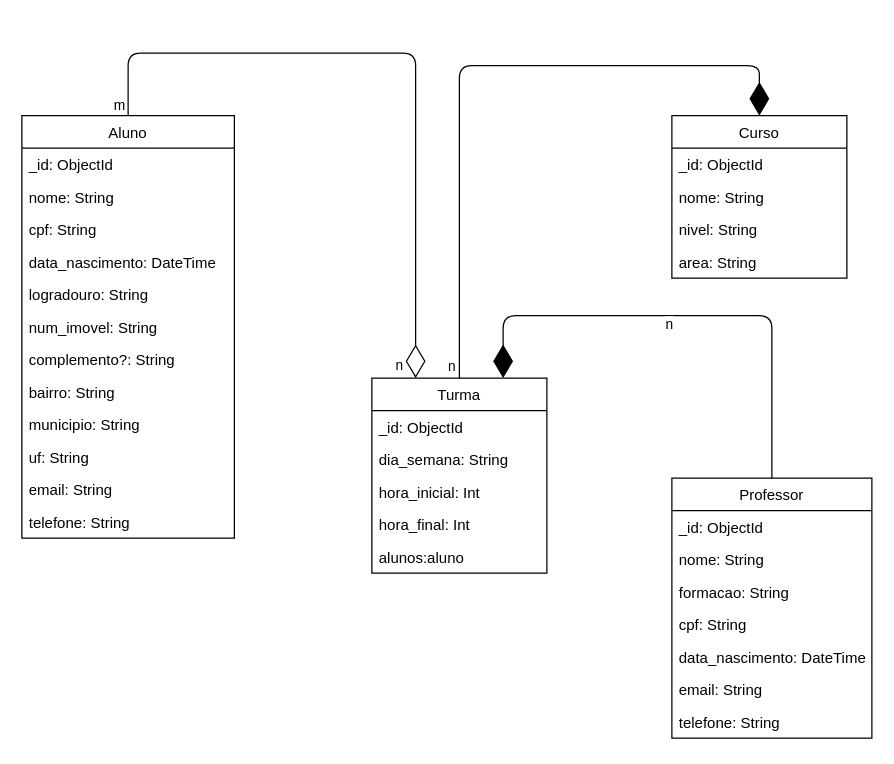
Earlier version of the draw.io diagram docs-data-base/modelagem-bd.drawio (CaykMagnani/bn-not-2023-2). Source tidied: cells renumbered, new cells numbered last; positions are measured from the earlier drawing's top-left corner, leaving out a move shared by most shapes. Both pictures are drawn from the tidied source at 125%, with x=0, y=0 at pixel (21, 52).
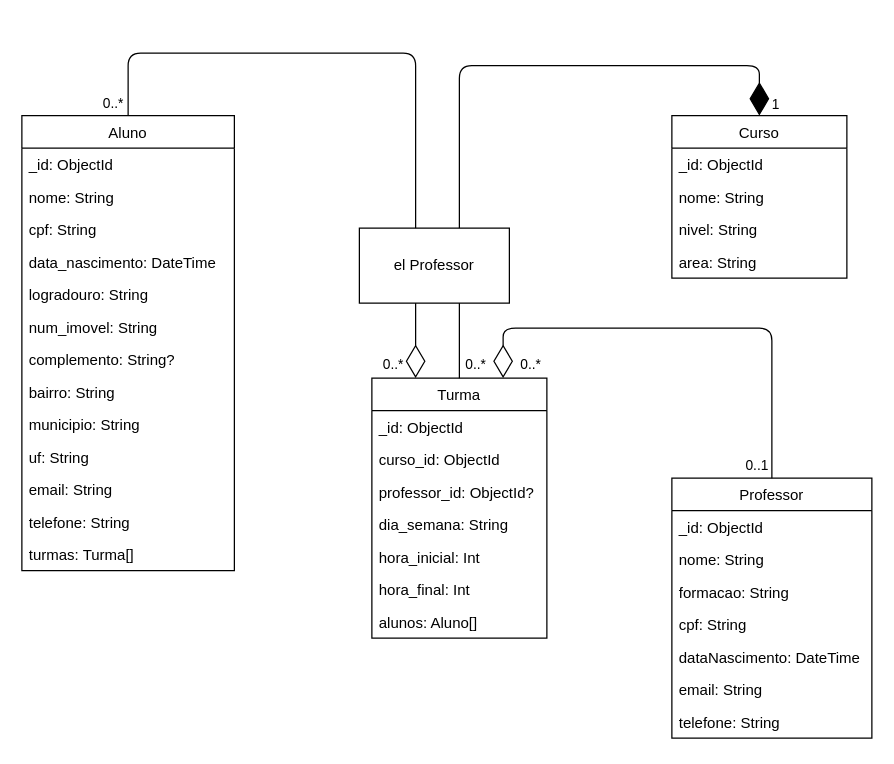
The same page after the edit.

Commit message (it also covers changes not shown here):
Prisma Cliente, schema Prisma e Introdução aos constrollers

The change refers to these unchanged cells:
```xml
<mxCell id="26" value="Professor" style="swimlane;fontStyle=0;horizontal=1;startSize=26;fillColor=none;" parent="1" vertex="1">
  <mxGeometry x="520" y="340" width="160" height="208" as="geometry" />
</mxCell>
<mxCell id="36" style="endArrow=diamondThin;endFill=1;endSize=24;html=1;entryX=0.5;entryY=0;entryDx=0;entryDy=0;edgeStyle=orthogonalEdgeStyle;exitX=0.5;exitY=0;exitDx=0;exitDy=0;" parent="1" edge="1" source="20" target="15">
  <mxGeometry relative="1" as="geometry">
    <Array as="points">
      <mxPoint x="350" y="10" />
      <mxPoint x="590" y="10" />
    </Array>
  </mxGeometry>
</mxCell>
<mxCell id="38" style="endArrow=diamondThin;endFill=0;endSize=24;html=1;entryX=0.25;entryY=0;entryDx=0;entryDy=0;edgeStyle=orthogonalEdgeStyle;exitX=0.5;exitY=0;exitDx=0;exitDy=0;" parent="1" edge="1" source="2" target="20">
  <mxGeometry relative="1" as="geometry">
    <Array as="points">
      <mxPoint x="85" />
      <mxPoint x="315" />
    </Array>
  </mxGeometry>
</mxCell>
```

What changed in the source:
```diff
@@
     <mxCell id="2" value="Aluno" style="swimlane;fontStyle=0;horizontal=1;startSize=26;fillColor=none;" parent="1" vertex="1">
-      <mxGeometry y="50" width="170" height="338" as="geometry" />
+      <mxGeometry y="50" width="170" height="364" as="geometry" />
     </mxCell>
@@
-    <mxCell id="9" value="complemento?: String" style="text;strokeColor=none;fillColor=none;align=left;verticalAlign=top;spacingLeft=4;spacingRight=4;overflow=hidden;" parent="2" vertex="1">
+    <mxCell id="9" value="complemento: String?&#10;" style="text;strokeColor=none;fillColor=none;align=left;verticalAlign=top;spacingLeft=4;spacingRight=4;overflow=hidden;" parent="2" vertex="1">
       <mxGeometry y="182" width="170" height="26" as="geometry" />
     </mxCell>
@@
+    <mxCell id="41" value="telefone: String" style="text;strokeColor=none;fillColor=none;align=left;verticalAlign=top;spacingLeft=4;spacingRight=4;overflow=hidden;" parent="2" vertex="1">
+      <mxGeometry y="312" width="170" height="26" as="geometry" />
+    </mxCell>
-    <mxCell id="14" value="telefone: String" style="text;strokeColor=none;fillColor=none;align=left;verticalAlign=top;spacingLeft=4;spacingRight=4;overflow=hidden;" parent="2" vertex="1">
-      <mxGeometry y="312" width="170" height="26" as="geometry" />
+    <mxCell id="14" value="turmas: Turma[]" style="text;strokeColor=none;fillColor=none;align=left;verticalAlign=top;spacingLeft=4;spacingRight=4;overflow=hidden;" parent="2" vertex="1">
+      <mxGeometry y="338" width="170" height="26" as="geometry" />
     </mxCell>
@@
     <mxCell id="20" value="Turma" style="swimlane;fontStyle=0;horizontal=1;startSize=26;fillColor=none;" parent="1" vertex="1">
-      <mxGeometry x="280" y="260" width="140" height="156" as="geometry" />
+      <mxGeometry x="280" y="260" width="140" height="208" as="geometry" />
     </mxCell>
@@
+    <mxCell id="42" value="curso_id: ObjectId" style="text;strokeColor=none;fillColor=none;align=left;verticalAlign=top;spacingLeft=4;spacingRight=4;overflow=hidden;" parent="20" vertex="1">
+      <mxGeometry y="52" width="140" height="26" as="geometry" />
+    </mxCell>
+    <mxCell id="43" value="professor_id: ObjectId?" style="text;strokeColor=none;fillColor=none;align=left;verticalAlign=top;spacingLeft=4;spacingRight=4;overflow=hidden;" parent="20" vertex="1">
+      <mxGeometry y="78" width="140" height="26" as="geometry" />
+    </mxCell>
     <mxCell id="22" value="dia_semana: String" style="text;strokeColor=none;fillColor=none;align=left;verticalAlign=top;spacingLeft=4;spacingRight=4;overflow=hidden;" parent="20" vertex="1">
-      <mxGeometry y="52" width="140" height="26" as="geometry" />
+      <mxGeometry y="104" width="140" height="26" as="geometry" />
     </mxCell>
     <mxCell id="23" value="hora_inicial: Int" style="text;strokeColor=none;fillColor=none;align=left;verticalAlign=top;spacingLeft=4;spacingRight=4;overflow=hidden;" parent="20" vertex="1">
-      <mxGeometry y="78" width="140" height="26" as="geometry" />
+      <mxGeometry y="130" width="140" height="26" as="geometry" />
     </mxCell>
-    <mxCell id="24" value="hora_final: Int" style="text;strokeColor=none;fillColor=none;align=left;verticalAlign=top;spacingLeft=4;spacingRight=4;overflow=hidden;" parent="20" vertex="1">
-      <mxGeometry y="104" width="140" height="26" as="geometry" />
-    </mxCell>
-    <mxCell id="25" value="alunos:aluno" style="text;strokeColor=none;fillColor=none;align=left;verticalAlign=top;spacingLeft=4;spacingRight=4;overflow=hidden;" parent="20" vertex="1">
-      <mxGeometry y="130" width="140" height="26" as="geometry" />
+    <mxCell id="25" value="hora_final: Int" style="text;strokeColor=none;fillColor=none;align=left;verticalAlign=top;spacingLeft=4;spacingRight=4;overflow=hidden;" parent="20" vertex="1">
+      <mxGeometry y="156" width="140" height="26" as="geometry" />
     </mxCell>
+    <mxCell id="44" value="alunos: Aluno[]" style="text;strokeColor=none;fillColor=none;align=left;verticalAlign=top;spacingLeft=4;spacingRight=4;overflow=hidden;" parent="20" vertex="1">
+      <mxGeometry y="182" width="140" height="26" as="geometry" />
+    </mxCell>
@@
-    <mxCell id="31" value="data_nascimento: DateTime" style="text;strokeColor=none;fillColor=none;align=left;verticalAlign=top;spacingLeft=4;spacingRight=4;overflow=hidden;" parent="26" vertex="1">
+    <mxCell id="31" value="dataNascimento: DateTime" style="text;strokeColor=none;fillColor=none;align=left;verticalAlign=top;spacingLeft=4;spacingRight=4;overflow=hidden;" parent="26" vertex="1">
       <mxGeometry y="130" width="160" height="26" as="geometry" />
     </mxCell>
@@
-    <mxCell id="34" style="endArrow=diamondThin;endFill=1;endSize=24;html=1;entryX=0.75;entryY=0;entryDx=0;entryDy=0;edgeStyle=orthogonalEdgeStyle;exitX=0.5;exitY=0;exitDx=0;exitDy=0;" parent="1" edge="1" source="26" target="20">
-      <mxGeometry relative="1" as="geometry">
-        <Array as="points">
-          <mxPoint x="600" y="210" />
-          <mxPoint x="385" y="210" />
-        </Array>
-      </mxGeometry>
-    </mxCell>
-    <mxCell id="35" value="n" style="edgeLabel;html=1;align=center;verticalAlign=middle;" parent="34" vertex="1">
-      <mxGeometry x="-0.34" y="-2" relative="1" as="geometry">
-        <mxPoint x="-83" y="8" as="offset" />
-      </mxGeometry>
-    </mxCell>
@@
-    <mxCell id="37" value="n" style="edgeLabel;html=1;align=center;verticalAlign=middle;" parent="36" vertex="1">
+    <mxCell id="37" value="0..*" style="edgeLabel;html=1;align=center;verticalAlign=middle;" parent="36" vertex="1">
       <mxGeometry x="-0.34" y="-2" relative="1" as="geometry">
-        <mxPoint x="-9" y="165" as="offset" />
+        <mxPoint x="10" y="163" as="offset" />
       </mxGeometry>
     </mxCell>
+    <mxCell id="45" value="1" style="edgeLabel;html=1;align=center;verticalAlign=middle;" parent="36" vertex="1">
+      <mxGeometry x="0.45" relative="1" as="geometry">
+        <mxPoint x="118" y="30" as="offset" />
+      </mxGeometry>
+    </mxCell>
@@
-    <mxCell id="39" value="m" style="edgeLabel;html=1;align=center;verticalAlign=middle;" parent="38" vertex="1">
+    <mxCell id="39" value="0..*" style="edgeLabel;html=1;align=center;verticalAlign=middle;" parent="38" vertex="1">
       <mxGeometry x="-0.29" y="1" relative="1" as="geometry">
-        <mxPoint x="-150" y="42" as="offset" />
+        <mxPoint x="-155" y="40" as="offset" />
       </mxGeometry>
     </mxCell>
-    <mxCell id="40" value="n" style="edgeLabel;html=1;align=center;verticalAlign=middle;" parent="38" vertex="1">
+    <mxCell id="40" value="0..*" style="edgeLabel;html=1;align=center;verticalAlign=middle;" parent="38" vertex="1">
       <mxGeometry x="-0.47" relative="1" as="geometry">
-        <mxPoint x="123" y="249" as="offset" />
+        <mxPoint x="118" y="248" as="offset" />
       </mxGeometry>
     </mxCell>
+    <mxCell id="34" style="endArrow=diamondThin;endFill=0;endSize=24;html=1;exitX=0.5;exitY=0;exitDx=0;exitDy=0;edgeStyle=orthogonalEdgeStyle;entryX=0.75;entryY=0;entryDx=0;entryDy=0;" parent="1" edge="1" source="26" target="20">
+      <mxGeometry relative="1" as="geometry">
+        <Array as="points">
+          <mxPoint x="600" y="220" />
+          <mxPoint x="385" y="220" />
+        </Array>
+      </mxGeometry>
+    </mxCell>
+    <mxCell id="46" value="0..1" style="edgeLabel;html=1;align=center;verticalAlign=middle;" parent="34" vertex="1">
+      <mxGeometry x="0.11" y="3" relative="1" as="geometry">
+        <mxPoint x="75" y="106" as="offset" />
+      </mxGeometry>
+    </mxCell>
+    <mxCell id="47" value="0..*" style="edgeLabel;html=1;align=center;verticalAlign=middle;" parent="34" vertex="1">
+      <mxGeometry x="0.1" relative="1" as="geometry">
+        <mxPoint x="-108" y="28" as="offset" />
+      </mxGeometry>
+    </mxCell>
+    <mxCell id="48" value="el Professor" style="whiteSpace=wrap;html=1;" parent="1" vertex="1">
+      <mxGeometry x="270" y="140" width="120" height="60" as="geometry" />
+    </mxCell>
```
